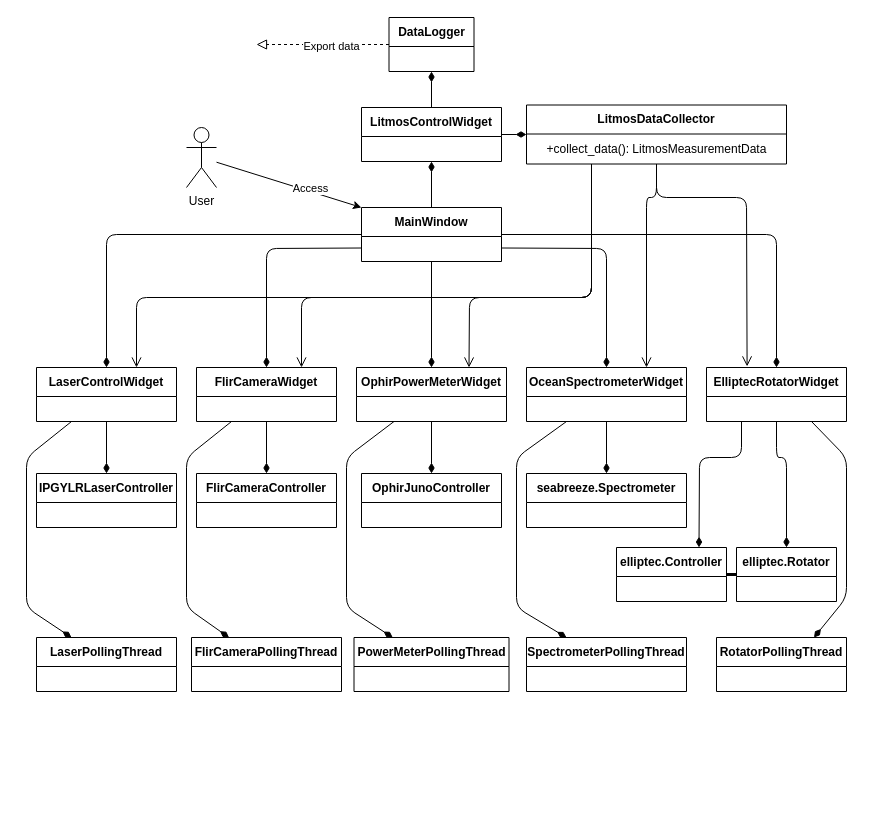
Earlier version of the draw.io diagram uml_classes.drawio (hirokitanaka-ikz/laser-cooling-app). Source tidied: cells renumbered, new cells numbered last; positions are measured from the earlier drawing's top-left corner, leaving out a move shared by most shapes. Both pictures are drawn from the tidied source at 100%, with x=0, y=0 at pixel (26, 17).
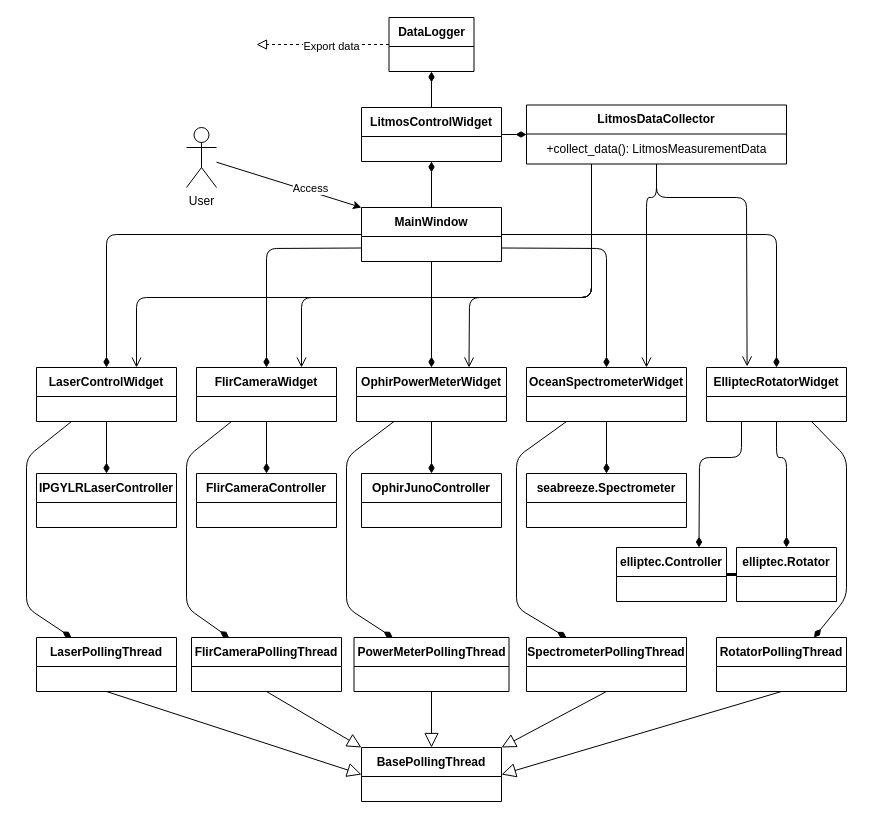
The same page after the edit.

Commit message:
add BasePollingThread class

Unchanged cells that the change refers to:
```xml
<mxCell id="43" value="LaserPollingThread" style="swimlane;fontStyle=1;align=center;verticalAlign=middle;horizontal=1;startSize=29;html=1;whiteSpace=wrap;flipH=0;" parent="1" vertex="1">
  <mxGeometry x="10" y="620" width="140" height="54" as="geometry" />
</mxCell>
<mxCell id="44" value="FlirCameraPollingThread" style="swimlane;fontStyle=1;align=center;verticalAlign=middle;horizontal=1;startSize=29;html=1;whiteSpace=wrap;flipH=0;" parent="1" vertex="1">
  <mxGeometry x="165" y="620" width="150" height="54" as="geometry" />
</mxCell>
<mxCell id="45" value="PowerMeterPollingThread" style="swimlane;fontStyle=1;align=center;verticalAlign=middle;horizontal=1;startSize=29;html=1;whiteSpace=wrap;flipH=0;" parent="1" vertex="1">
  <mxGeometry x="327.5" y="620" width="155" height="54" as="geometry" />
</mxCell>
<mxCell id="46" value="SpectrometerPollingThread" style="swimlane;fontStyle=1;align=center;verticalAlign=middle;horizontal=1;startSize=29;html=1;whiteSpace=wrap;flipH=0;" parent="1" vertex="1">
  <mxGeometry x="500" y="620" width="160" height="54" as="geometry" />
</mxCell>
<mxCell id="47" value="RotatorPollingThread" style="swimlane;fontStyle=1;align=center;verticalAlign=middle;horizontal=1;startSize=29;html=1;whiteSpace=wrap;flipH=0;" parent="1" vertex="1">
  <mxGeometry x="690" y="620" width="130" height="54" as="geometry" />
</mxCell>
```

Diff of the diagram source:
```diff
@@
+    <mxCell id="53" value="BasePollingThread" style="swimlane;fontStyle=1;align=center;verticalAlign=middle;horizontal=1;startSize=29;html=1;whiteSpace=wrap;" parent="1" vertex="1">
+      <mxGeometry x="335" y="730" width="140" height="54" as="geometry" />
+    </mxCell>
+    <mxCell id="54" style="edgeStyle=none;html=1;endSize=12;endArrow=block;endFill=0;exitX=0.5;exitY=1;exitDx=0;exitDy=0;entryX=0;entryY=0.5;entryDx=0;entryDy=0;" parent="1" edge="1" source="43" target="53">
+      <mxGeometry relative="1" as="geometry" />
+    </mxCell>
+    <mxCell id="55" style="edgeStyle=none;html=1;endSize=12;endArrow=block;endFill=0;exitX=0.5;exitY=1;exitDx=0;exitDy=0;entryX=0;entryY=0;entryDx=0;entryDy=0;" parent="1" edge="1" source="44" target="53">
+      <mxGeometry relative="1" as="geometry" />
+    </mxCell>
+    <mxCell id="56" style="edgeStyle=none;html=1;endSize=12;endArrow=block;endFill=0;exitX=0.5;exitY=1;exitDx=0;exitDy=0;entryX=0.5;entryY=0;entryDx=0;entryDy=0;" parent="1" edge="1" source="45" target="53">
+      <mxGeometry relative="1" as="geometry" />
+    </mxCell>
+    <mxCell id="57" style="edgeStyle=none;html=1;endSize=12;endArrow=block;endFill=0;exitX=0.5;exitY=1;exitDx=0;exitDy=0;entryX=1;entryY=0;entryDx=0;entryDy=0;" parent="1" edge="1" source="46" target="53">
+      <mxGeometry relative="1" as="geometry" />
+    </mxCell>
+    <mxCell id="58" style="edgeStyle=none;html=1;endSize=12;endArrow=block;endFill=0;entryX=1;entryY=0.5;entryDx=0;entryDy=0;exitX=0.5;exitY=1;exitDx=0;exitDy=0;" parent="1" edge="1" source="47" target="53">
+      <mxGeometry relative="1" as="geometry" />
+    </mxCell>
```
